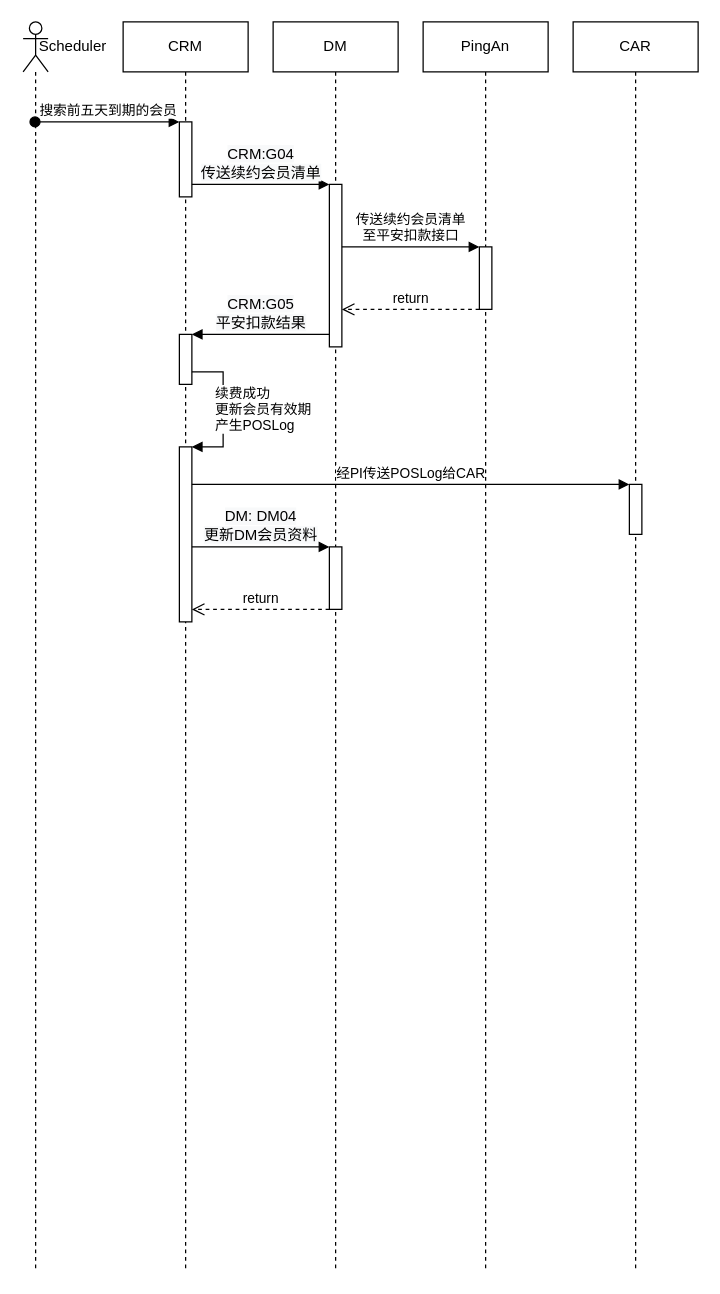
luss613/draw.io keeps this draw.io diagram as page "自动续费2" (5 of 11) of DM系统对接.drawio. Above is the earlier version. Source tidied: cells renumbered, new cells numbered last; positions are measured from the earlier drawing's top-left corner, leaving out a move shared by most shapes. Both pictures are drawn from the tidied source at 125%, with x=0, y=0 at pixel (22, 21).
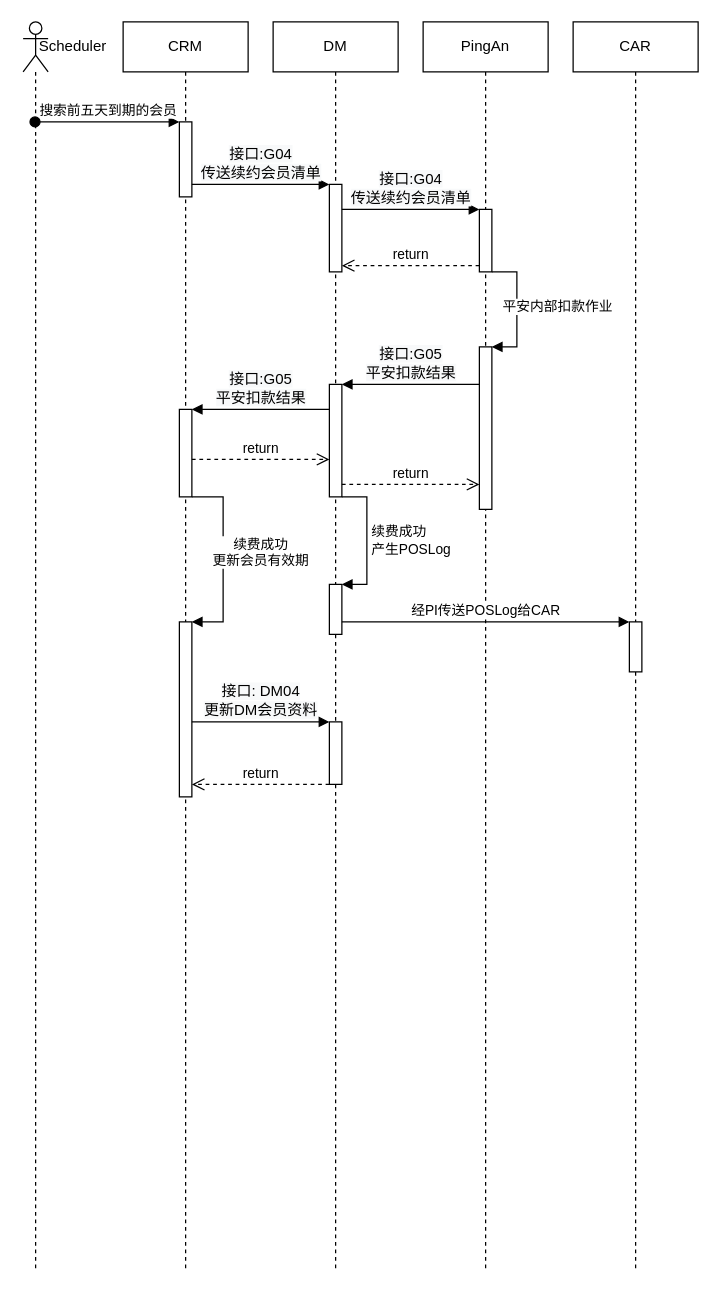
The same diagram, later.

The change refers to these unchanged cells:
```xml
<mxCell id="3" value="CRM" style="shape=umlLifeline;perimeter=lifelinePerimeter;whiteSpace=wrap;html=1;" parent="1" vertex="1">
  <mxGeometry x="80" width="100" height="1000" as="geometry" />
</mxCell>
<mxCell id="4" style="html=1;points=[];perimeter=orthogonalPerimeter;" parent="3" vertex="1">
  <mxGeometry x="45" y="80" width="10" height="60" as="geometry" />
</mxCell>
<mxCell id="8" value="DM" style="shape=umlLifeline;perimeter=lifelinePerimeter;whiteSpace=wrap;html=1;" parent="1" vertex="1">
  <mxGeometry x="200" width="100" height="1000" as="geometry" />
</mxCell>
<mxCell id="11" value="PingAn" style="shape=umlLifeline;perimeter=lifelinePerimeter;whiteSpace=wrap;html=1;" parent="1" vertex="1">
  <mxGeometry x="320" width="100" height="1000" as="geometry" />
</mxCell>
<mxCell id="13" value="CAR" style="shape=umlLifeline;perimeter=lifelinePerimeter;whiteSpace=wrap;html=1;" parent="1" vertex="1">
  <mxGeometry x="440" width="100" height="1000" as="geometry" />
</mxCell>
```

Diff of the diagram source:
```diff
@@
     <mxCell id="5" style="html=1;points=[];perimeter=orthogonalPerimeter;" parent="3" vertex="1">
-      <mxGeometry x="45" y="250" width="10" height="40" as="geometry" />
+      <mxGeometry x="45" y="310" width="10" height="70" as="geometry" />
     </mxCell>
     <mxCell id="6" style="html=1;points=[];perimeter=orthogonalPerimeter;" parent="3" vertex="1">
-      <mxGeometry x="45" y="340" width="10" height="140" as="geometry" />
+      <mxGeometry x="45" y="480" width="10" height="140" as="geometry" />
     </mxCell>
-    <mxCell id="7" value="续费成功&lt;br&gt;更新会员有效期&lt;br&gt;产生POSLog" style="edgeStyle=orthogonalEdgeStyle;html=1;align=left;spacingLeft=2;endArrow=block;rounded=0;entryX=1;entryY=0;" parent="3" edge="1" source="5" target="6">
-      <mxGeometry y="-10" relative="1" as="geometry">
+    <mxCell id="7" value="&lt;span style=&quot;text-align: left&quot;&gt;续费成功&lt;/span&gt;&lt;br style=&quot;text-align: left&quot;&gt;&lt;span style=&quot;text-align: left&quot;&gt;更新会员有效期&lt;/span&gt;" style="html=1;verticalAlign=bottom;endArrow=block;rounded=0;" parent="3" edge="1" source="5" target="6">
+      <mxGeometry x="0.13" y="30" relative="1" as="geometry">
         <Array as="points">
-          <mxPoint x="80" y="280" />
-          <mxPoint x="80" y="340" />
+          <mxPoint x="80" y="380" />
+          <mxPoint x="80" y="480" />
         </Array>
       </mxGeometry>
     </mxCell>
@@
     <mxCell id="9" style="html=1;points=[];perimeter=orthogonalPerimeter;" parent="8" vertex="1">
-      <mxGeometry x="45" y="130" width="10" height="130" as="geometry" />
+      <mxGeometry x="45" y="130" width="10" height="70" as="geometry" />
     </mxCell>
     <mxCell id="10" style="html=1;points=[];perimeter=orthogonalPerimeter;" parent="8" vertex="1">
-      <mxGeometry x="45" y="420" width="10" height="50" as="geometry" />
+      <mxGeometry x="45" y="560" width="10" height="50" as="geometry" />
     </mxCell>
+    <mxCell id="24" style="html=1;points=[];perimeter=orthogonalPerimeter;" parent="8" vertex="1">
+      <mxGeometry x="45" y="290" width="10" height="90" as="geometry" />
+    </mxCell>
+    <mxCell id="25" style="html=1;points=[];perimeter=orthogonalPerimeter;" parent="8" vertex="1">
+      <mxGeometry x="45" y="450" width="10" height="40" as="geometry" />
+    </mxCell>
+    <mxCell id="26" value="续费成功&lt;br&gt;产生POSLog" style="edgeStyle=orthogonalEdgeStyle;html=1;align=left;spacingLeft=2;endArrow=block;rounded=0;entryX=1;entryY=0;" parent="8" edge="1" source="24" target="25">
+      <mxGeometry relative="1" as="geometry">
+        <Array as="points">
+          <mxPoint x="75" y="380" />
+          <mxPoint x="75" y="450" />
+        </Array>
+      </mxGeometry>
+    </mxCell>
@@
     <mxCell id="12" style="html=1;points=[];perimeter=orthogonalPerimeter;" parent="11" vertex="1">
-      <mxGeometry x="45" y="180" width="10" height="50" as="geometry" />
+      <mxGeometry x="45" y="150" width="10" height="50" as="geometry" />
     </mxCell>
+    <mxCell id="27" style="html=1;points=[];perimeter=orthogonalPerimeter;" parent="11" vertex="1">
+      <mxGeometry x="45" y="260" width="10" height="130" as="geometry" />
+    </mxCell>
+    <mxCell id="28" value="平安内部扣款作业" style="edgeStyle=orthogonalEdgeStyle;html=1;align=left;spacingLeft=2;endArrow=block;rounded=0;entryX=1;entryY=0;" parent="11" edge="1" source="12" target="27">
+      <mxGeometry x="-0.05" y="-15" relative="1" as="geometry">
+        <Array as="points">
+          <mxPoint x="75" y="200" />
+          <mxPoint x="75" y="260" />
+        </Array>
+      </mxGeometry>
+    </mxCell>
@@
     <mxCell id="14" style="html=1;points=[];perimeter=orthogonalPerimeter;" parent="13" vertex="1">
-      <mxGeometry x="45" y="370" width="10" height="40" as="geometry" />
+      <mxGeometry x="45" y="480" width="10" height="40" as="geometry" />
     </mxCell>
@@
-    <mxCell id="17" value="&lt;span style=&quot;font-size: 12px ; background-color: rgb(248 , 249 , 250)&quot;&gt;CRM:G04&lt;/span&gt;&lt;br style=&quot;font-size: 12px ; background-color: rgb(248 , 249 , 250)&quot;&gt;&lt;span style=&quot;font-size: 12px ; background-color: rgb(248 , 249 , 250)&quot;&gt;传送续约会员清单&lt;/span&gt;" style="html=1;verticalAlign=bottom;endArrow=block;" parent="1" edge="1" source="4" target="9">
+    <mxCell id="17" value="&lt;span style=&quot;font-size: 12px ; background-color: rgb(248 , 249 , 250)&quot;&gt;接口:G04&lt;/span&gt;&lt;br style=&quot;font-size: 12px ; background-color: rgb(248 , 249 , 250)&quot;&gt;&lt;span style=&quot;font-size: 12px ; background-color: rgb(248 , 249 , 250)&quot;&gt;传送续约会员清单&lt;/span&gt;" style="html=1;verticalAlign=bottom;endArrow=block;" parent="1" edge="1" source="4" target="9">
       <mxGeometry relative="1" as="geometry" />
     </mxCell>
-    <mxCell id="18" value="传送续约会员清单&lt;br&gt;至平安扣款接口" style="html=1;verticalAlign=bottom;endArrow=block;" parent="1" edge="1" source="9" target="12">
+    <mxCell id="18" value="&lt;span style=&quot;font-size: 12px ; background-color: rgb(248 , 249 , 250)&quot;&gt;接口:G04&lt;/span&gt;&lt;br style=&quot;font-size: 12px ; background-color: rgb(248 , 249 , 250)&quot;&gt;&lt;span style=&quot;font-size: 12px ; background-color: rgb(248 , 249 , 250)&quot;&gt;传送续约会员清单&lt;/span&gt;" style="html=1;verticalAlign=bottom;endArrow=block;" parent="1" edge="1" source="9" target="12">
       <mxGeometry relative="1" as="geometry">
         <Array as="points">
-          <mxPoint x="340" y="180" />
+          <mxPoint x="340" y="150" />
         </Array>
       </mxGeometry>
     </mxCell>
     <mxCell id="19" value="return" style="html=1;verticalAlign=bottom;endArrow=open;dashed=1;endSize=8;" parent="1" edge="1" source="12" target="9">
       <mxGeometry relative="1" as="geometry">
         <Array as="points">
-          <mxPoint x="340" y="230" />
+          <mxPoint x="350" y="195" />
         </Array>
       </mxGeometry>
     </mxCell>
-    <mxCell id="20" value="&lt;span style=&quot;font-size: 12px ; background-color: rgb(248 , 249 , 250)&quot;&gt;CRM:G05&lt;/span&gt;&lt;br style=&quot;font-size: 12px ; background-color: rgb(248 , 249 , 250)&quot;&gt;&lt;span style=&quot;font-size: 12px ; background-color: rgb(248 , 249 , 250)&quot;&gt;平安扣款结果&lt;/span&gt;" style="html=1;verticalAlign=bottom;endArrow=block;" parent="1" edge="1" source="9" target="5">
-      <mxGeometry relative="1" as="geometry" />
+    <mxCell id="20" value="&lt;span style=&quot;font-size: 12px ; background-color: rgb(248 , 249 , 250)&quot;&gt;接口:G05&lt;/span&gt;&lt;br style=&quot;font-size: 12px ; background-color: rgb(248 , 249 , 250)&quot;&gt;&lt;span style=&quot;font-size: 12px ; background-color: rgb(248 , 249 , 250)&quot;&gt;平安扣款结果&lt;/span&gt;" style="html=1;verticalAlign=bottom;endArrow=block;" parent="1" edge="1" source="27" target="24">
+      <mxGeometry relative="1" as="geometry">
+        <Array as="points">
+          <mxPoint x="330" y="290" />
+        </Array>
+      </mxGeometry>
     </mxCell>
-    <mxCell id="21" value="经PI传送POSLog给CAR" style="html=1;verticalAlign=bottom;endArrow=block;" parent="1" edge="1" source="6" target="14">
-      <mxGeometry relative="1" as="geometry">
-        <Array as="points">
-          <mxPoint x="390" y="370" />
-        </Array>
-      </mxGeometry>
+    <mxCell id="21" value="经PI传送POSLog给CAR" style="html=1;verticalAlign=bottom;endArrow=block;" parent="1" edge="1" source="25" target="14">
+      <mxGeometry relative="1" as="geometry" />
     </mxCell>
-    <mxCell id="22" value="&lt;span style=&quot;font-size: 12px ; background-color: rgb(248 , 249 , 250)&quot;&gt;DM: DM04&lt;/span&gt;&lt;br style=&quot;font-size: 12px ; background-color: rgb(248 , 249 , 250)&quot;&gt;&lt;span style=&quot;font-size: 12px ; background-color: rgb(248 , 249 , 250)&quot;&gt;更新DM会员资料&lt;/span&gt;" style="html=1;verticalAlign=bottom;endArrow=block;" parent="1" edge="1" source="6" target="10">
+    <mxCell id="22" value="&lt;span style=&quot;font-size: 12px ; background-color: rgb(248 , 249 , 250)&quot;&gt;接口: DM04&lt;/span&gt;&lt;br style=&quot;font-size: 12px ; background-color: rgb(248 , 249 , 250)&quot;&gt;&lt;span style=&quot;font-size: 12px ; background-color: rgb(248 , 249 , 250)&quot;&gt;更新DM会员资料&lt;/span&gt;" style="html=1;verticalAlign=bottom;endArrow=block;" parent="1" edge="1" source="6" target="10">
       <mxGeometry relative="1" as="geometry" />
     </mxCell>
     <mxCell id="23" value="return" style="html=1;verticalAlign=bottom;endArrow=open;dashed=1;endSize=8;" parent="1" edge="1" source="10" target="6">
       <mxGeometry relative="1" as="geometry">
         <Array as="points">
-          <mxPoint x="200" y="470" />
+          <mxPoint x="200" y="610" />
         </Array>
       </mxGeometry>
     </mxCell>
+    <mxCell id="29" value="&lt;span style=&quot;font-size: 12px ; background-color: rgb(248 , 249 , 250)&quot;&gt;接口:G05&lt;/span&gt;&lt;br style=&quot;font-size: 12px ; background-color: rgb(248 , 249 , 250)&quot;&gt;&lt;span style=&quot;font-size: 12px ; background-color: rgb(248 , 249 , 250)&quot;&gt;平安扣款结果&lt;/span&gt;" style="html=1;verticalAlign=bottom;endArrow=block;" parent="1" edge="1" source="24" target="5">
+      <mxGeometry relative="1" as="geometry">
+        <Array as="points">
+          <mxPoint x="180" y="310" />
+        </Array>
+      </mxGeometry>
+    </mxCell>
+    <mxCell id="30" value="return" style="html=1;verticalAlign=bottom;endArrow=open;dashed=1;endSize=8;" parent="1" edge="1" source="5" target="24">
+      <mxGeometry relative="1" as="geometry">
+        <Array as="points">
+          <mxPoint x="220" y="350" />
+        </Array>
+      </mxGeometry>
+    </mxCell>
+    <mxCell id="31" value="return" style="html=1;verticalAlign=bottom;endArrow=open;dashed=1;endSize=8;" parent="1" edge="1" source="24" target="27">
+      <mxGeometry relative="1" as="geometry">
+        <Array as="points">
+          <mxPoint x="345" y="370" />
+        </Array>
+      </mxGeometry>
+    </mxCell>
```
